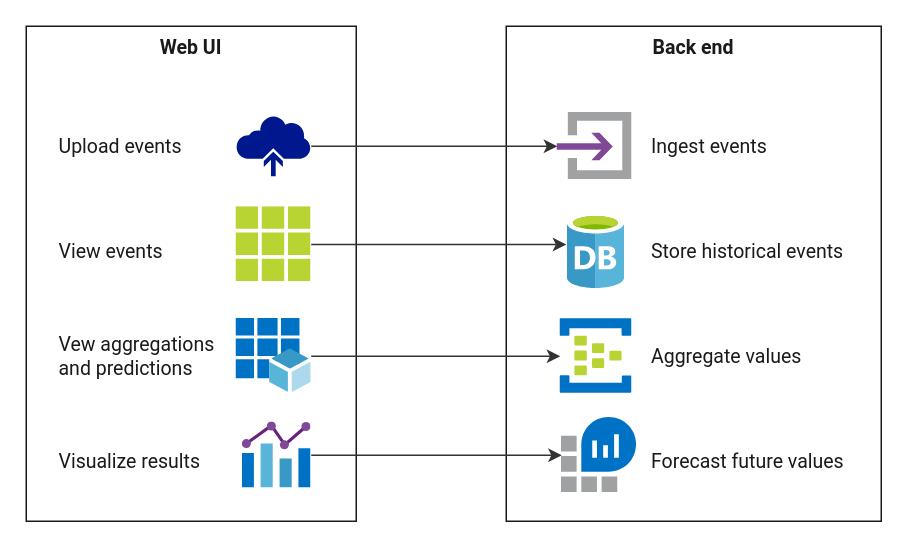
Before: img/how-it-works.drawio in mgubaidullin/infinity, a draw.io diagram. Source tidied: cells renumbered, new cells numbered last; positions are measured from the earlier drawing's top-left corner, leaving out a move shared by most shapes. Both pictures are drawn from the tidied source at 150%, with x=0, y=0 at pixel (26, 26).
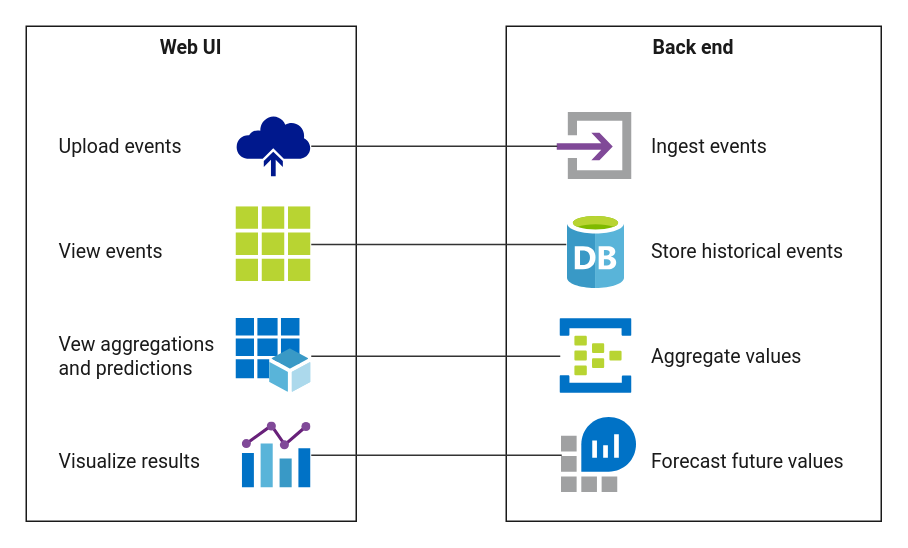
The same diagram, later.

The change refers to these unchanged cells:
```xml
<mxCell id="7" style="html=1;points=[];align=center;image;fontSize=12;image=img/lib/mscae/Event_Hubs.svg;strokeColor=#1A1A1A;strokeWidth=2;fillColor=none;" parent="1" vertex="1">
  <mxGeometry x="356" y="195" width="48" height="50" as="geometry" />
</mxCell>
<mxCell id="8" style="html=1;points=[];align=center;image;fontSize=12;image=img/lib/mscae/Log_Analytics_Workspaces.svg;strokeColor=#1A1A1A;strokeWidth=2;fillColor=none;" parent="1" vertex="1">
  <mxGeometry x="357" y="261" width="50" height="50" as="geometry" />
</mxCell>
<mxCell id="9" style="html=1;points=[];align=center;image;fontSize=12;image=img/lib/mscae/Database_General.svg;strokeColor=#1A1A1A;strokeWidth=2;fillColor=none;" parent="1" vertex="1">
  <mxGeometry x="361" y="125" width="38" height="50" as="geometry" />
</mxCell>
<mxCell id="10" style="html=1;points=[];align=center;image;fontSize=12;image=img/lib/mscae/Input.svg;strokeColor=#1A1A1A;strokeWidth=2;fillColor=none;" parent="1" vertex="1">
  <mxGeometry x="354" y="57.5" width="50" height="45" as="geometry" />
</mxCell>
<mxCell id="12" style="html=1;points=[];align=center;image;fontSize=12;image=img/lib/mscae/Chart.svg;strokeColor=#1A1A1A;strokeWidth=2;fillColor=none;" parent="1" vertex="1">
  <mxGeometry x="144.2" y="264" width="45.8" height="44" as="geometry" />
</mxCell>
<mxCell id="15" style="shadow=0;dashed=0;html=1;strokeColor=none;labelPosition=center;verticalLabelPosition=bottom;verticalAlign=top;align=center;fillColor=#00188D;shape=mxgraph.mscae.enterprise.backup_online;fontFamily=Roboto;fontSize=13;fontColor=#1A1A1A;" parent="1" vertex="1">
  <mxGeometry x="140" y="60" width="50" height="40" as="geometry" />
</mxCell>
<mxCell id="17" style="html=1;points=[];align=center;image;fontSize=12;image=img/lib/mscae/Grid3x3.svg;strokeColor=#1A1A1A;strokeWidth=2;fillColor=none;" parent="1" vertex="1">
  <mxGeometry x="140" y="120.5" width="50" height="50" as="geometry" />
</mxCell>
<mxCell id="19" style="html=1;points=[];align=center;image;fontSize=12;image=img/lib/mscae/App_Registrations.svg;strokeColor=#1A1A1A;strokeWidth=2;fillColor=none;" parent="1" vertex="1">
  <mxGeometry x="140" y="195" width="50" height="50" as="geometry" />
</mxCell>
```

Change to the diagram source:
```diff
@@
-    <mxCell id="11" style="edgeStyle=orthogonalEdgeStyle;rounded=0;jettySize=auto;html=1;strokeColor=#333333;strokeWidth=1;fontFamily=Roboto;fontSize=13;fontColor=#1A1A1A;" parent="1" edge="1" source="12" target="8">
+    <mxCell id="11" style="edgeStyle=orthogonalEdgeStyle;rounded=0;jettySize=auto;html=1;strokeColor=#333333;strokeWidth=1;fontFamily=Roboto;fontSize=13;fontColor=#1A1A1A;endArrow=none;endFill=0;" parent="1" edge="1" source="12" target="8">
       <mxGeometry relative="1" as="geometry" />
     </mxCell>
@@
-    <mxCell id="14" style="edgeStyle=orthogonalEdgeStyle;rounded=0;jettySize=auto;html=1;strokeColor=#333333;strokeWidth=1;fontFamily=Roboto;fontSize=13;fontColor=#1A1A1A;" parent="1" edge="1" source="15" target="10">
+    <mxCell id="14" style="edgeStyle=orthogonalEdgeStyle;rounded=0;jettySize=auto;html=1;strokeColor=#333333;strokeWidth=1;fontFamily=Roboto;fontSize=13;fontColor=#1A1A1A;endArrow=none;endFill=0;" parent="1" edge="1" source="15" target="10">
       <mxGeometry relative="1" as="geometry" />
     </mxCell>
@@
-    <mxCell id="16" style="edgeStyle=orthogonalEdgeStyle;rounded=0;jettySize=auto;html=1;entryX=-0.026;entryY=0.41;entryDx=0;entryDy=0;entryPerimeter=0;strokeColor=#333333;strokeWidth=1;fontFamily=Roboto;fontSize=13;fontColor=#1A1A1A;" parent="1" edge="1" source="17" target="9">
+    <mxCell id="16" style="edgeStyle=orthogonalEdgeStyle;rounded=0;jettySize=auto;html=1;entryX=-0.026;entryY=0.41;entryDx=0;entryDy=0;entryPerimeter=0;strokeColor=#333333;strokeWidth=1;fontFamily=Roboto;fontSize=13;fontColor=#1A1A1A;endArrow=none;endFill=0;" parent="1" edge="1" source="17" target="9">
       <mxGeometry relative="1" as="geometry" />
     </mxCell>
@@
-    <mxCell id="18" style="edgeStyle=orthogonalEdgeStyle;rounded=0;jettySize=auto;html=1;strokeColor=#333333;strokeWidth=1;fontFamily=Roboto;fontSize=13;fontColor=#1A1A1A;" parent="1" edge="1" source="19" target="7">
+    <mxCell id="18" style="edgeStyle=orthogonalEdgeStyle;rounded=0;jettySize=auto;html=1;strokeColor=#333333;strokeWidth=1;fontFamily=Roboto;fontSize=13;fontColor=#1A1A1A;endArrow=none;endFill=0;" parent="1" edge="1" source="19" target="7">
       <mxGeometry relative="1" as="geometry" />
     </mxCell>
```
